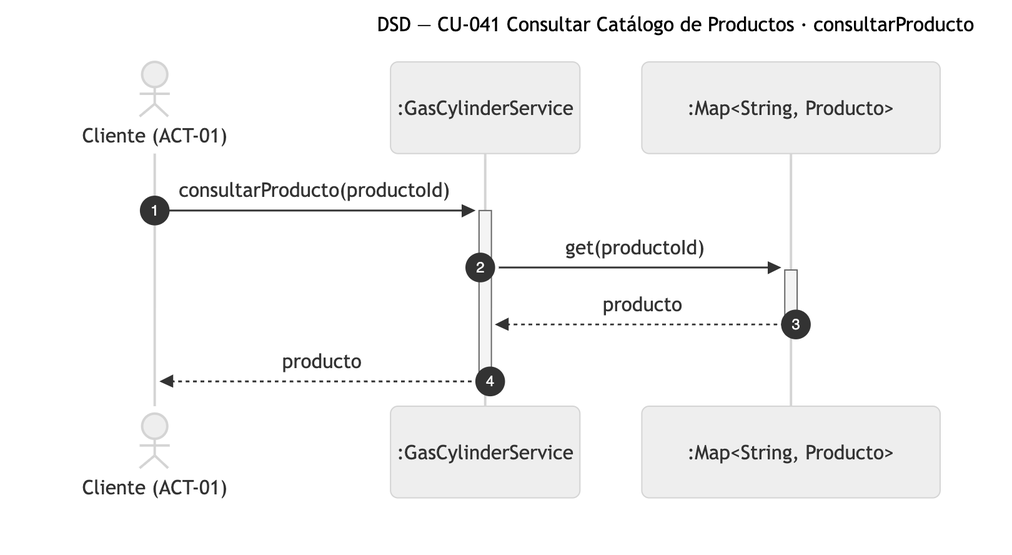
Nahuelito-Dev/splg-docs keeps this Mermaid diagram as diagramas/png/DSD_CU-041_consultarProducto.png. Above is the earlier version. Its source is kept beside it as diagramas/DSD_CU-041_consultarProducto.mmd.
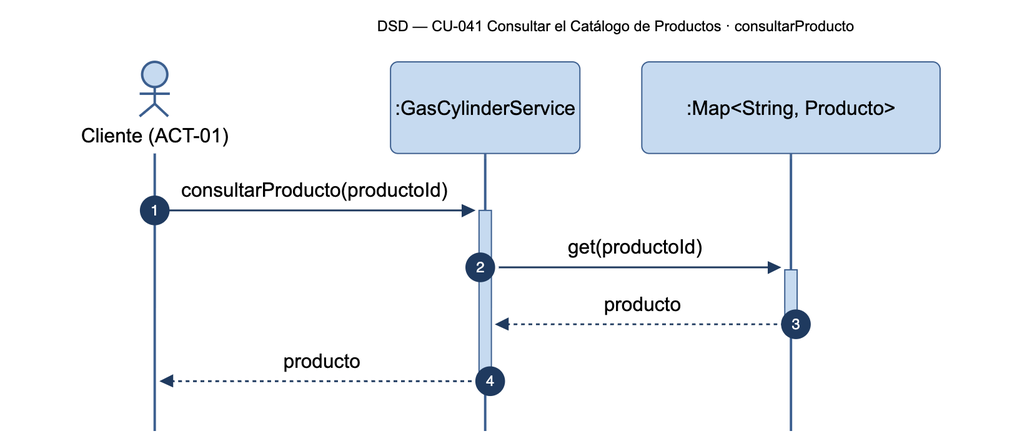
The same file after the commit.

Diff of the diagram source:
```diff
@@ -1,5 +1,5 @@
 sequenceDiagram
-    title DSD — CU-041 Consultar Catálogo de Productos · consultarProducto
+    title DSD — CU-041 Consultar el Catálogo de Productos · consultarProducto
     autonumber
     actor CLI as Cliente (ACT-01)
     participant SRV as :GasCylinderService
```
